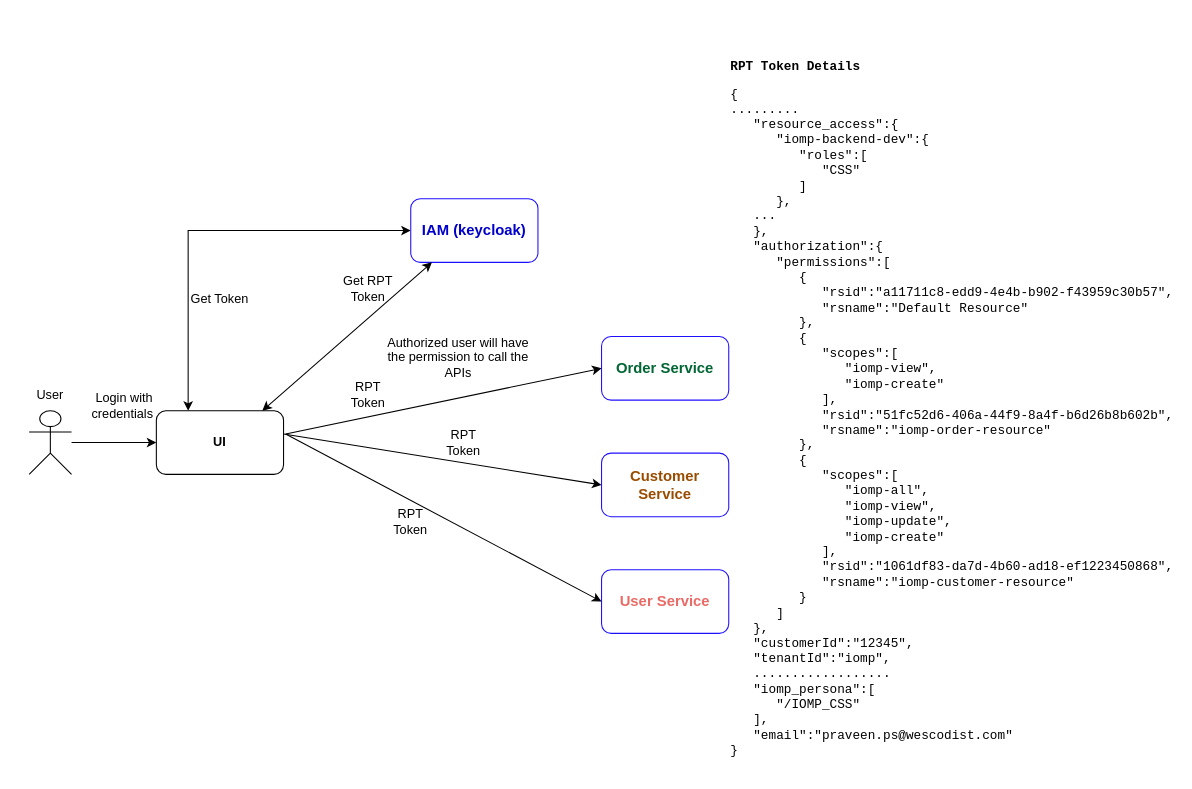
Before: PBAC.drawio in wesco-chandanabuduru/common-entities, a draw.io diagram. Source tidied: cells renumbered, new cells numbered last; positions are measured from the earlier drawing's top-left corner, leaving out a move shared by most shapes. Both pictures are drawn from the tidied source at 106%, with x=0, y=0 at pixel (18, 198).
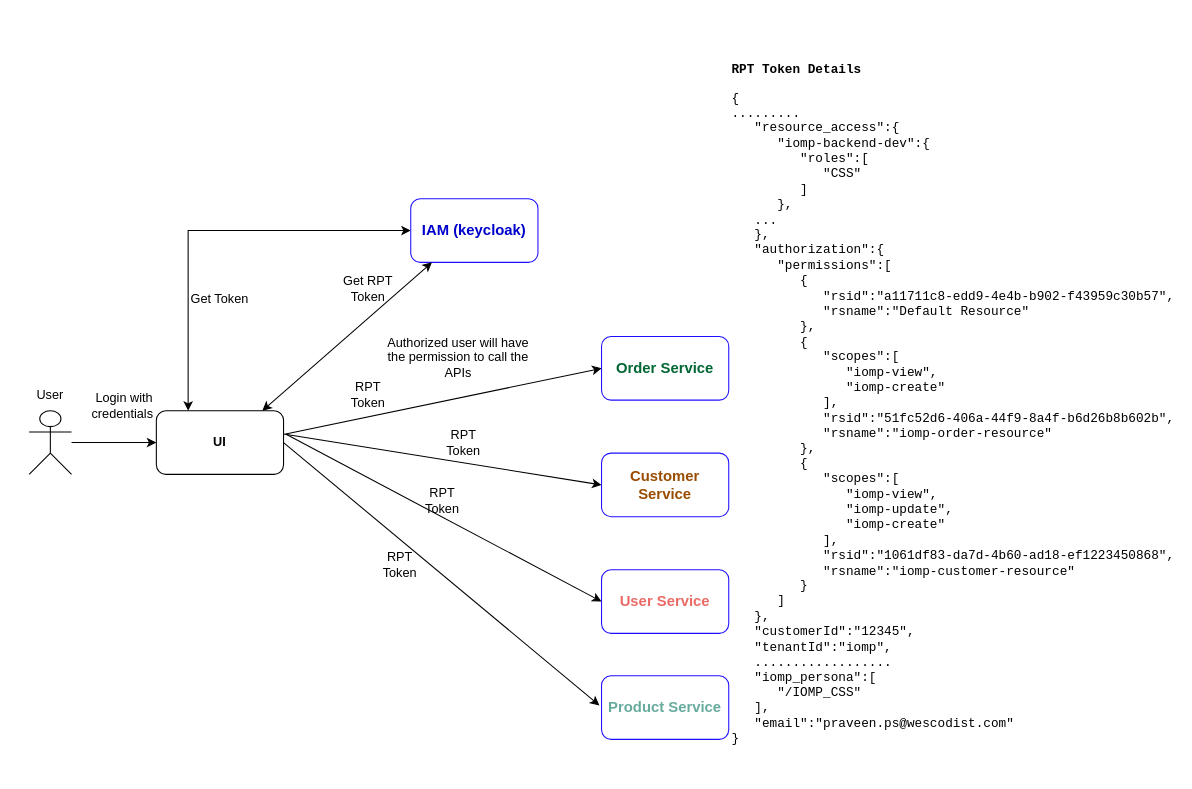
The same page after the edit.

Diff of the diagram source:
```diff
@@
     <mxCell id="20" value="RPT Token" style="text;html=1;align=center;verticalAlign=middle;whiteSpace=wrap;rounded=0;" parent="1" vertex="1">
-      <mxGeometry x="340" y="290" width="60" height="30" as="geometry" />
+      <mxGeometry x="370" y="270" width="60" height="30" as="geometry" />
     </mxCell>
@@
-    <mxCell id="22" value="&lt;pre&gt;&lt;br&gt;&lt;/pre&gt;&lt;pre&gt;&lt;b&gt;RPT Token Details&lt;/b&gt;&lt;/pre&gt;&lt;pre&gt;{&lt;br&gt;.........&lt;br&gt;&amp;nbsp; &amp;nbsp;&quot;resource_access&quot;:{&lt;br&gt;&amp;nbsp; &amp;nbsp; &amp;nbsp; &quot;iomp-backend-dev&quot;:{&lt;br&gt;&amp;nbsp; &amp;nbsp; &amp;nbsp; &amp;nbsp; &amp;nbsp;&quot;roles&quot;:[&lt;br&gt;&amp;nbsp; &amp;nbsp; &amp;nbsp; &amp;nbsp; &amp;nbsp; &amp;nbsp; &quot;CSS&quot;&lt;br&gt;&amp;nbsp; &amp;nbsp; &amp;nbsp; &amp;nbsp; &amp;nbsp;]&lt;br&gt;&amp;nbsp; &amp;nbsp; &amp;nbsp; },&lt;br&gt;&amp;nbsp; &amp;nbsp;...&lt;br&gt;&amp;nbsp; &amp;nbsp;},&lt;br&gt;&amp;nbsp; &amp;nbsp;&quot;authorization&quot;:{&lt;br&gt;&amp;nbsp; &amp;nbsp; &amp;nbsp; &quot;permissions&quot;:[&lt;br&gt;&amp;nbsp; &amp;nbsp; &amp;nbsp; &amp;nbsp; &amp;nbsp;{&lt;br&gt;&amp;nbsp; &amp;nbsp; &amp;nbsp; &amp;nbsp; &amp;nbsp; &amp;nbsp; &quot;rsid&quot;:&quot;a11711c8-edd9-4e4b-b902-f43959c30b57&quot;,&lt;br&gt;&amp;nbsp; &amp;nbsp; &amp;nbsp; &amp;nbsp; &amp;nbsp; &amp;nbsp; &quot;rsname&quot;:&quot;Default Resource&quot;&lt;br&gt;&amp;nbsp; &amp;nbsp; &amp;nbsp; &amp;nbsp; &amp;nbsp;},&lt;br&gt;&amp;nbsp; &amp;nbsp; &amp;nbsp; &amp;nbsp; &amp;nbsp;{&lt;br&gt;&amp;nbsp; &amp;nbsp; &amp;nbsp; &amp;nbsp; &amp;nbsp; &amp;nbsp; &quot;scopes&quot;:[&lt;br&gt;&amp;nbsp; &amp;nbsp; &amp;nbsp; &amp;nbsp; &amp;nbsp; &amp;nbsp; &amp;nbsp; &amp;nbsp;&quot;iomp-view&quot;,&lt;br&gt;&amp;nbsp; &amp;nbsp; &amp;nbsp; &amp;nbsp; &amp;nbsp; &amp;nbsp; &amp;nbsp; &amp;nbsp;&quot;iomp-create&quot;&lt;br&gt;&amp;nbsp; &amp;nbsp; &amp;nbsp; &amp;nbsp; &amp;nbsp; &amp;nbsp; ],&lt;br&gt;&amp;nbsp; &amp;nbsp; &amp;nbsp; &amp;nbsp; &amp;nbsp; &amp;nbsp; &quot;rsid&quot;:&quot;51fc52d6-406a-44f9-8a4f-b6d26b8b602b&quot;,&lt;br&gt;&amp;nbsp; &amp;nbsp; &amp;nbsp; &amp;nbsp; &amp;nbsp; &amp;nbsp; &quot;rsname&quot;:&quot;iomp-order-resource&quot;&lt;br&gt;&amp;nbsp; &amp;nbsp; &amp;nbsp; &amp;nbsp; &amp;nbsp;},&lt;br&gt;&amp;nbsp; &amp;nbsp; &amp;nbsp; &amp;nbsp; &amp;nbsp;{&lt;br&gt;&amp;nbsp; &amp;nbsp; &amp;nbsp; &amp;nbsp; &amp;nbsp; &amp;nbsp; &quot;scopes&quot;:[&lt;br&gt;&amp;nbsp; &amp;nbsp; &amp;nbsp; &amp;nbsp; &amp;nbsp; &amp;nbsp; &amp;nbsp; &amp;nbsp;&quot;iomp-all&quot;,&lt;br&gt;&amp;nbsp; &amp;nbsp; &amp;nbsp; &amp;nbsp; &amp;nbsp; &amp;nbsp; &amp;nbsp; &amp;nbsp;&quot;iomp-view&quot;,&lt;br&gt;&amp;nbsp; &amp;nbsp; &amp;nbsp; &amp;nbsp; &amp;nbsp; &amp;nbsp; &amp;nbsp; &amp;nbsp;&quot;iomp-update&quot;,&lt;br&gt;&amp;nbsp; &amp;nbsp; &amp;nbsp; &amp;nbsp; &amp;nbsp; &amp;nbsp; &amp;nbsp; &amp;nbsp;&quot;iomp-create&quot;&lt;br&gt;&amp;nbsp; &amp;nbsp; &amp;nbsp; &amp;nbsp; &amp;nbsp; &amp;nbsp; ],&lt;br&gt;&amp;nbsp; &amp;nbsp; &amp;nbsp; &amp;nbsp; &amp;nbsp; &amp;nbsp; &quot;rsid&quot;:&quot;1061df83-da7d-4b60-ad18-ef1223450868&quot;,&lt;br&gt;&amp;nbsp; &amp;nbsp; &amp;nbsp; &amp;nbsp; &amp;nbsp; &amp;nbsp; &quot;rsname&quot;:&quot;iomp-customer-resource&quot;&lt;br&gt;&amp;nbsp; &amp;nbsp; &amp;nbsp; &amp;nbsp; &amp;nbsp;}&lt;br&gt;&amp;nbsp; &amp;nbsp; &amp;nbsp; ]&lt;br&gt;&amp;nbsp; &amp;nbsp;},&lt;br&gt;&amp;nbsp; &amp;nbsp;&quot;customerId&quot;:&quot;12345&quot;,&lt;br&gt;&amp;nbsp; &amp;nbsp;&quot;tenantId&quot;:&quot;iomp&quot;,&lt;br&gt;&amp;nbsp; &amp;nbsp;..................&lt;br&gt;&amp;nbsp; &amp;nbsp;&quot;iomp_persona&quot;:[&lt;br&gt;&amp;nbsp; &amp;nbsp; &amp;nbsp; &quot;/IOMP_CSS&quot;&lt;br&gt;&amp;nbsp; &amp;nbsp;],&lt;br&gt;&amp;nbsp; &amp;nbsp;&quot;email&quot;:&quot;praveen.ps@wescodist.com&quot;&lt;br&gt;}&lt;/pre&gt;" style="text;html=1;align=left;verticalAlign=middle;whiteSpace=wrap;rounded=0;" parent="1" vertex="1">
-      <mxGeometry x="670" y="170" width="60" height="30" as="geometry" />
+    <mxCell id="22" value="&lt;pre&gt;&lt;br&gt;&lt;/pre&gt;&lt;pre&gt;&lt;b&gt;RPT Token Details&lt;/b&gt;&lt;/pre&gt;&lt;pre&gt;{&lt;br&gt;.........&lt;br&gt;&amp;nbsp; &amp;nbsp;&quot;resource_access&quot;:{&lt;br&gt;&amp;nbsp; &amp;nbsp; &amp;nbsp; &quot;iomp-backend-dev&quot;:{&lt;br&gt;&amp;nbsp; &amp;nbsp; &amp;nbsp; &amp;nbsp; &amp;nbsp;&quot;roles&quot;:[&lt;br&gt;&amp;nbsp; &amp;nbsp; &amp;nbsp; &amp;nbsp; &amp;nbsp; &amp;nbsp; &quot;CSS&quot;&lt;br&gt;&amp;nbsp; &amp;nbsp; &amp;nbsp; &amp;nbsp; &amp;nbsp;]&lt;br&gt;&amp;nbsp; &amp;nbsp; &amp;nbsp; },&lt;br&gt;&amp;nbsp; &amp;nbsp;...&lt;br&gt;&amp;nbsp; &amp;nbsp;},&lt;br&gt;&amp;nbsp; &amp;nbsp;&quot;authorization&quot;:{&lt;br&gt;&amp;nbsp; &amp;nbsp; &amp;nbsp; &quot;permissions&quot;:[&lt;br&gt;&amp;nbsp; &amp;nbsp; &amp;nbsp; &amp;nbsp; &amp;nbsp;{&lt;br&gt;&amp;nbsp; &amp;nbsp; &amp;nbsp; &amp;nbsp; &amp;nbsp; &amp;nbsp; &quot;rsid&quot;:&quot;a11711c8-edd9-4e4b-b902-f43959c30b57&quot;,&lt;br&gt;&amp;nbsp; &amp;nbsp; &amp;nbsp; &amp;nbsp; &amp;nbsp; &amp;nbsp; &quot;rsname&quot;:&quot;Default Resource&quot;&lt;br&gt;&amp;nbsp; &amp;nbsp; &amp;nbsp; &amp;nbsp; &amp;nbsp;},&lt;br&gt;&amp;nbsp; &amp;nbsp; &amp;nbsp; &amp;nbsp; &amp;nbsp;{&lt;br&gt;&amp;nbsp; &amp;nbsp; &amp;nbsp; &amp;nbsp; &amp;nbsp; &amp;nbsp; &quot;scopes&quot;:[&lt;br&gt;&amp;nbsp; &amp;nbsp; &amp;nbsp; &amp;nbsp; &amp;nbsp; &amp;nbsp; &amp;nbsp; &amp;nbsp;&quot;iomp-view&quot;,&lt;br&gt;&amp;nbsp; &amp;nbsp; &amp;nbsp; &amp;nbsp; &amp;nbsp; &amp;nbsp; &amp;nbsp; &amp;nbsp;&quot;iomp-create&quot;&lt;br&gt;&amp;nbsp; &amp;nbsp; &amp;nbsp; &amp;nbsp; &amp;nbsp; &amp;nbsp; ],&lt;br&gt;&amp;nbsp; &amp;nbsp; &amp;nbsp; &amp;nbsp; &amp;nbsp; &amp;nbsp; &quot;rsid&quot;:&quot;51fc52d6-406a-44f9-8a4f-b6d26b8b602b&quot;,&lt;br&gt;&amp;nbsp; &amp;nbsp; &amp;nbsp; &amp;nbsp; &amp;nbsp; &amp;nbsp; &quot;rsname&quot;:&quot;iomp-order-resource&quot;&lt;br&gt;&amp;nbsp; &amp;nbsp; &amp;nbsp; &amp;nbsp; &amp;nbsp;},&lt;br&gt;&amp;nbsp; &amp;nbsp; &amp;nbsp; &amp;nbsp; &amp;nbsp;{&lt;br&gt;&amp;nbsp; &amp;nbsp; &amp;nbsp; &amp;nbsp; &amp;nbsp; &amp;nbsp; &quot;scopes&quot;:[&lt;br&gt;&amp;nbsp; &amp;nbsp; &amp;nbsp; &amp;nbsp; &amp;nbsp; &amp;nbsp; &amp;nbsp; &amp;nbsp;&quot;iomp-view&quot;,&lt;br&gt;&amp;nbsp; &amp;nbsp; &amp;nbsp; &amp;nbsp; &amp;nbsp; &amp;nbsp; &amp;nbsp; &amp;nbsp;&quot;iomp-update&quot;,&lt;br&gt;&amp;nbsp; &amp;nbsp; &amp;nbsp; &amp;nbsp; &amp;nbsp; &amp;nbsp; &amp;nbsp; &amp;nbsp;&quot;iomp-create&quot;&lt;br&gt;&amp;nbsp; &amp;nbsp; &amp;nbsp; &amp;nbsp; &amp;nbsp; &amp;nbsp; ],&lt;br&gt;&amp;nbsp; &amp;nbsp; &amp;nbsp; &amp;nbsp; &amp;nbsp; &amp;nbsp; &quot;rsid&quot;:&quot;1061df83-da7d-4b60-ad18-ef1223450868&quot;,&lt;br&gt;&amp;nbsp; &amp;nbsp; &amp;nbsp; &amp;nbsp; &amp;nbsp; &amp;nbsp; &quot;rsname&quot;:&quot;iomp-customer-resource&quot;&lt;br&gt;&amp;nbsp; &amp;nbsp; &amp;nbsp; &amp;nbsp; &amp;nbsp;}&lt;br&gt;&amp;nbsp; &amp;nbsp; &amp;nbsp; ]&lt;br&gt;&amp;nbsp; &amp;nbsp;},&lt;br&gt;&amp;nbsp; &amp;nbsp;&quot;customerId&quot;:&quot;12345&quot;,&lt;br&gt;&amp;nbsp; &amp;nbsp;&quot;tenantId&quot;:&quot;iomp&quot;,&lt;br&gt;&amp;nbsp; &amp;nbsp;..................&lt;br&gt;&amp;nbsp; &amp;nbsp;&quot;iomp_persona&quot;:[&lt;br&gt;&amp;nbsp; &amp;nbsp; &amp;nbsp; &quot;/IOMP_CSS&quot;&lt;br&gt;&amp;nbsp; &amp;nbsp;],&lt;br&gt;&amp;nbsp; &amp;nbsp;&quot;email&quot;:&quot;praveen.ps@wescodist.com&quot;&lt;br&gt;}&lt;/pre&gt;" style="text;html=1;align=left;verticalAlign=middle;whiteSpace=wrap;rounded=0;" parent="1" vertex="1">
+      <mxGeometry x="671" y="166" width="60" height="30" as="geometry" />
     </mxCell>
+    <mxCell id="23" value="&lt;font color=&quot;#67ab9f&quot; style=&quot;font-size: 14px;&quot;&gt;&lt;b style=&quot;&quot;&gt;Product Service&lt;/b&gt;&lt;/font&gt;" style="rounded=1;whiteSpace=wrap;html=1;strokeColor=#1F0FFF;" parent="1" vertex="1">
+      <mxGeometry x="550" y="450" width="120" height="60" as="geometry" />
+    </mxCell>
+    <mxCell id="24" style="endArrow=classic;html=1;rounded=0;entryX=0;entryY=0.5;entryDx=0;entryDy=0;" parent="1" edge="1">
+      <mxGeometry relative="1" as="geometry">
+        <mxPoint x="250" y="230" as="sourcePoint" />
+        <mxPoint x="548" y="478" as="targetPoint" />
+      </mxGeometry>
+    </mxCell>
+    <mxCell id="25" value="RPT Token" style="text;html=1;align=center;verticalAlign=middle;whiteSpace=wrap;rounded=0;" parent="1" vertex="1">
+      <mxGeometry x="330" y="330" width="60" height="30" as="geometry" />
+    </mxCell>
```
